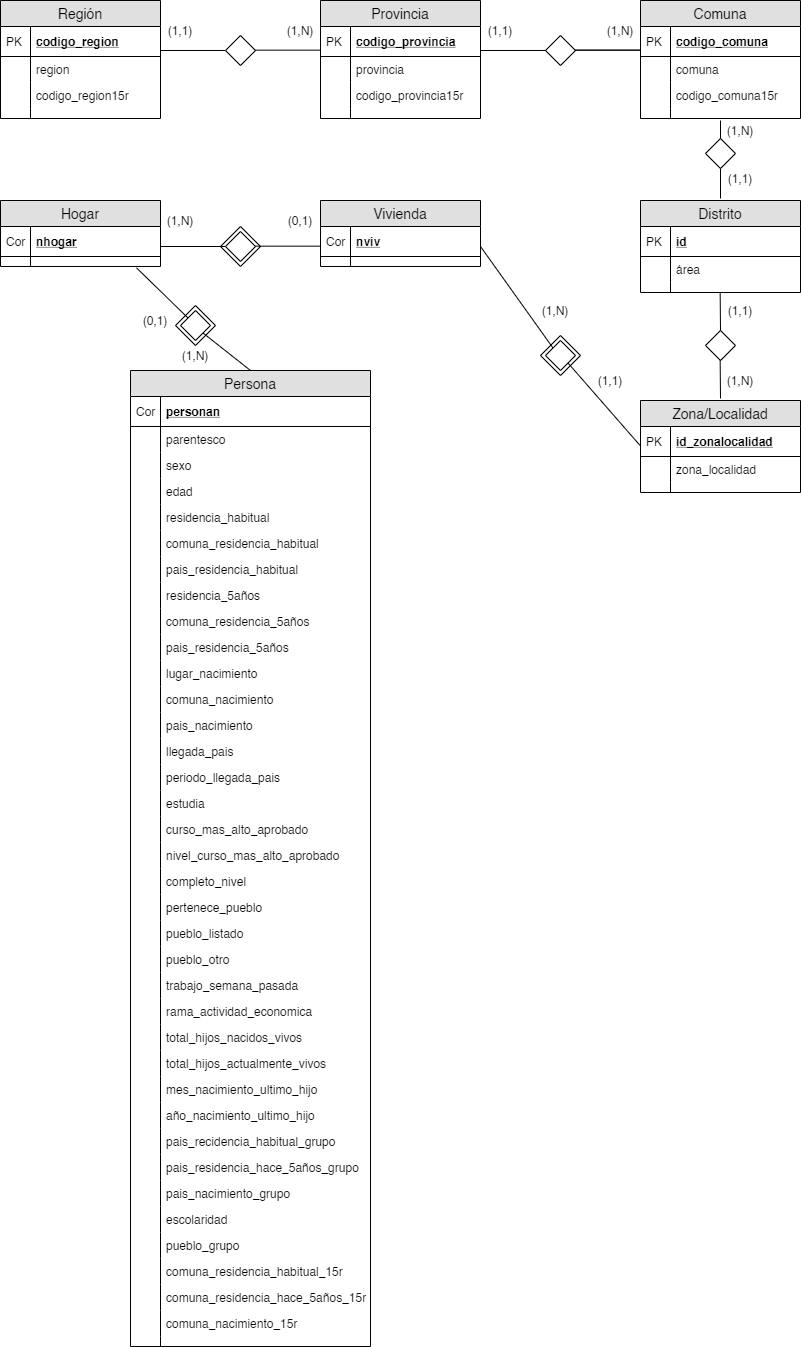
This is censo.png from geraldbustosm/censo_etl, a draw.io export, as it was before one commit. Source tidied: cells renumbered, new cells last; positions are measured from the earlier drawing's top-left corner, leaving out a move shared by most shapes.
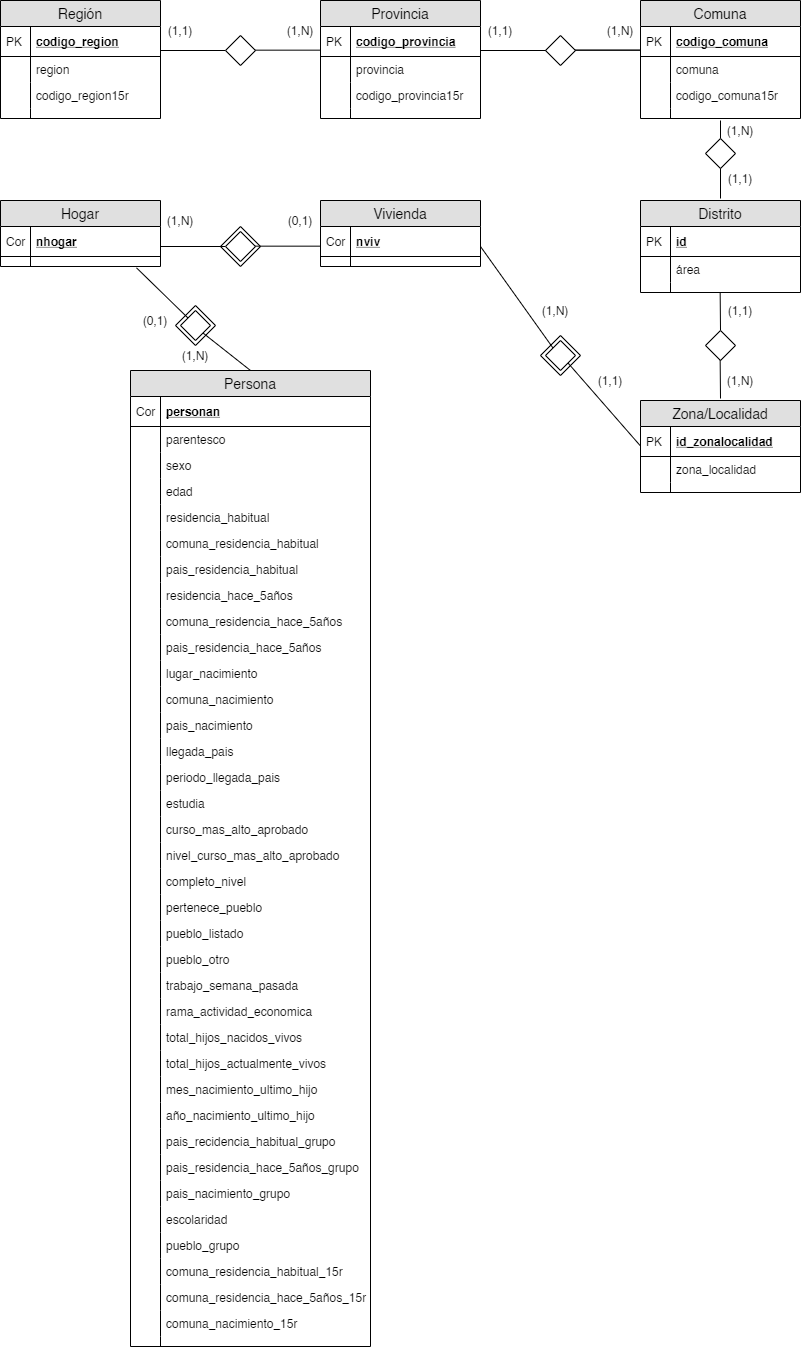
After the commit.

What changed in the source:
```diff
@@ -209,19 +209,19 @@
     <mxCell id="70" style="shape=partialRectangle;top=0;left=0;bottom=0;fillColor=none;align=left;verticalAlign=top;spacingLeft=4;spacingRight=4;overflow=hidden;fontSize=12;" parent="69" vertex="1">
       <mxGeometry width="30" height="26" as="geometry" />
     </mxCell>
-    <mxCell id="71" value="residencia_5años" style="shape=partialRectangle;top=0;left=0;right=0;bottom=0;align=left;verticalAlign=top;fillColor=none;spacingLeft=34;spacingRight=4;overflow=hidden;fontSize=12;" parent="56" vertex="1">
+    <mxCell id="71" value="residencia_hace_5años" style="shape=partialRectangle;top=0;left=0;right=0;bottom=0;align=left;verticalAlign=top;fillColor=none;spacingLeft=34;spacingRight=4;overflow=hidden;fontSize=12;" parent="56" vertex="1">
       <mxGeometry y="212" width="240" height="26" as="geometry" />
     </mxCell>
     <mxCell id="72" style="shape=partialRectangle;top=0;left=0;bottom=0;fillColor=none;align=left;verticalAlign=top;spacingLeft=4;spacingRight=4;overflow=hidden;fontSize=12;" parent="71" vertex="1">
       <mxGeometry width="30" height="26" as="geometry" />
     </mxCell>
-    <mxCell id="73" value="comuna_residencia_5años" style="shape=partialRectangle;top=0;left=0;right=0;bottom=0;align=left;verticalAlign=top;fillColor=none;spacingLeft=34;spacingRight=4;overflow=hidden;fontSize=12;" parent="56" vertex="1">
+    <mxCell id="73" value="comuna_residencia_hace_5años" style="shape=partialRectangle;top=0;left=0;right=0;bottom=0;align=left;verticalAlign=top;fillColor=none;spacingLeft=34;spacingRight=4;overflow=hidden;fontSize=12;" parent="56" vertex="1">
       <mxGeometry y="238" width="240" height="26" as="geometry" />
     </mxCell>
     <mxCell id="74" style="shape=partialRectangle;top=0;left=0;bottom=0;fillColor=none;align=left;verticalAlign=top;spacingLeft=4;spacingRight=4;overflow=hidden;fontSize=12;" parent="73" vertex="1">
       <mxGeometry width="30" height="26" as="geometry" />
     </mxCell>
-    <mxCell id="75" value="pais_residencia_5años" style="shape=partialRectangle;top=0;left=0;right=0;bottom=0;align=left;verticalAlign=top;fillColor=none;spacingLeft=34;spacingRight=4;overflow=hidden;fontSize=12;" parent="56" vertex="1">
+    <mxCell id="75" value="pais_residencia_hace_5años" style="shape=partialRectangle;top=0;left=0;right=0;bottom=0;align=left;verticalAlign=top;fillColor=none;spacingLeft=34;spacingRight=4;overflow=hidden;fontSize=12;" parent="56" vertex="1">
       <mxGeometry y="264" width="240" height="26" as="geometry" />
     </mxCell>
     <mxCell id="76" style="shape=partialRectangle;top=0;left=0;bottom=0;fillColor=none;align=left;verticalAlign=top;spacingLeft=4;spacingRight=4;overflow=hidden;fontSize=12;" parent="75" vertex="1">
```
